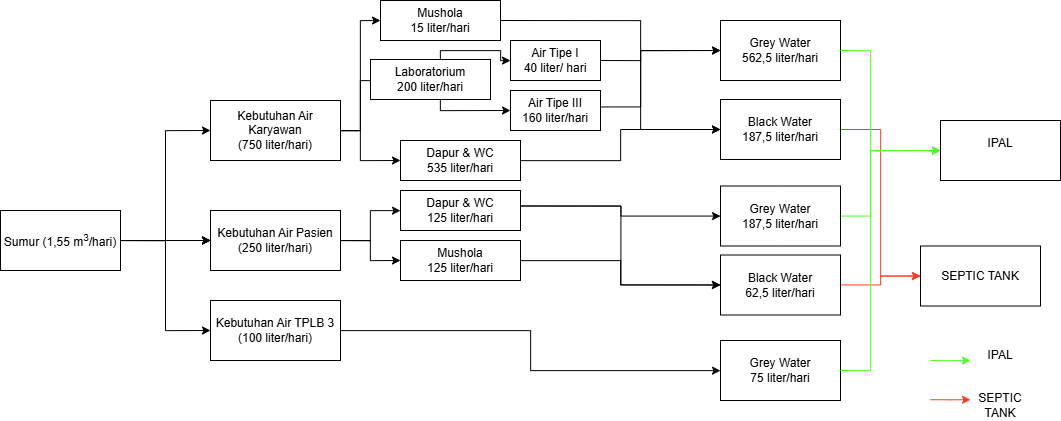
The draw.io diagram Neraca Air Klinik Surya Medika.drawio.png in famowoiii/envimos_sensot, before a commit. Source tidied: cells renumbered, new cells last; positions are measured from the earlier drawing's top-left corner, leaving out a move shared by most shapes.
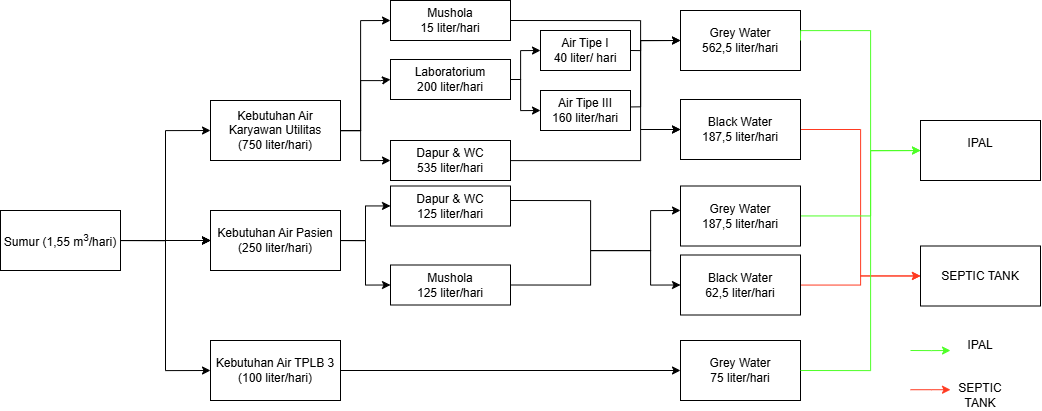
Above is the later version.

Change to the diagram source:
```diff
@@ -45,14 +45,14 @@
         </Array>
       </mxGeometry>
     </mxCell>
-    <mxCell id="11" value="Kebutuhan Air Karyawan&lt;div&gt;(750 liter/hari)&lt;/div&gt;" style="rounded=0;whiteSpace=wrap;html=1;fontFamily=Arial;labelBorderColor=none;labelBackgroundColor=none;" parent="1" vertex="1">
+    <mxCell id="11" value="Kebutuhan Air Karyawan Utilitas&lt;div&gt;(750 liter/hari)&lt;/div&gt;" style="rounded=0;whiteSpace=wrap;html=1;fontFamily=Arial;labelBorderColor=none;labelBackgroundColor=none;" parent="1" vertex="1">
       <mxGeometry x="210" y="100" width="130" height="60" as="geometry" />
     </mxCell>
     <mxCell id="12" style="edgeStyle=orthogonalEdgeStyle;rounded=0;jettySize=auto;html=1;fontFamily=Arial;labelBorderColor=none;labelBackgroundColor=none;" parent="1" edge="1" source="13" target="27">
       <mxGeometry relative="1" as="geometry" />
     </mxCell>
     <mxCell id="13" value="Kebutuhan Air TPLB 3&lt;div&gt;(100 liter/hari)&lt;/div&gt;" style="whiteSpace=wrap;html=1;rounded=0;fontFamily=Arial;labelBorderColor=none;labelBackgroundColor=none;" parent="1" vertex="1">
-      <mxGeometry x="210" y="300" width="130" height="60" as="geometry" />
+      <mxGeometry x="210" y="340" width="130" height="60" as="geometry" />
     </mxCell>
     <mxCell id="14" style="edgeStyle=orthogonalEdgeStyle;rounded=0;jettySize=auto;html=1;fontFamily=Arial;labelBorderColor=none;labelBackgroundColor=none;" parent="1" edge="1" source="7" target="16">
       <mxGeometry relative="1" as="geometry" />
@@ -64,56 +64,68 @@
       <mxGeometry x="210" y="210" width="130" height="60" as="geometry" />
     </mxCell>
     <mxCell id="17" value="Mushola&lt;div&gt;15 liter/hari&lt;/div&gt;" style="whiteSpace=wrap;html=1;rounded=0;fontFamily=Arial;labelBorderColor=none;labelBackgroundColor=none;" parent="1" vertex="1">
-      <mxGeometry x="380" width="120" height="40" as="geometry" />
+      <mxGeometry x="390" width="120" height="40" as="geometry" />
     </mxCell>
-    <mxCell id="18" style="edgeStyle=orthogonalEdgeStyle;rounded=0;jettySize=auto;html=1;entryX=0;entryY=0.5;entryDx=0;entryDy=0;exitX=0.5;exitY=1;exitDx=0;exitDy=0;" parent="1" edge="1" source="20" target="47">
+    <mxCell id="18" style="edgeStyle=orthogonalEdgeStyle;rounded=0;jettySize=auto;html=1;entryX=0;entryY=0.5;entryDx=0;entryDy=0;exitX=1;exitY=0.5;exitDx=0;exitDy=0;" parent="1" edge="1" source="20" target="47">
       <mxGeometry relative="1" as="geometry">
         <Array as="points">
-          <mxPoint x="440" y="110" />
+          <mxPoint x="520" y="79" />
+          <mxPoint x="520" y="110" />
         </Array>
       </mxGeometry>
     </mxCell>
-    <mxCell id="19" style="edgeStyle=orthogonalEdgeStyle;rounded=0;jettySize=auto;html=1;entryX=0;entryY=0.5;entryDx=0;entryDy=0;exitX=0.5;exitY=0;exitDx=0;exitDy=0;" parent="1" edge="1" source="20" target="46">
+    <mxCell id="19" style="edgeStyle=orthogonalEdgeStyle;rounded=0;jettySize=auto;html=1;entryX=0;entryY=0.5;entryDx=0;entryDy=0;exitX=1;exitY=0.5;exitDx=0;exitDy=0;" parent="1" edge="1" source="20" target="46">
       <mxGeometry relative="1" as="geometry">
         <Array as="points">
-          <mxPoint x="440" y="50" />
-          <mxPoint x="500" y="50" />
-          <mxPoint x="500" y="60" />
+          <mxPoint x="520" y="79" />
+          <mxPoint x="520" y="50" />
         </Array>
       </mxGeometry>
     </mxCell>
     <mxCell id="20" value="Laboratorium&lt;div&gt;200 liter/hari&lt;/div&gt;" style="whiteSpace=wrap;html=1;rounded=0;fontFamily=Arial;labelBorderColor=none;labelBackgroundColor=none;" parent="1" vertex="1">
-      <mxGeometry x="370" y="59" width="120" height="40" as="geometry" />
+      <mxGeometry x="390" y="59" width="120" height="40" as="geometry" />
     </mxCell>
     <mxCell id="21" style="edgeStyle=orthogonalEdgeStyle;rounded=0;jettySize=auto;html=1;fontFamily=Arial;labelBorderColor=none;labelBackgroundColor=none;" parent="1" edge="1" source="22" target="30">
-      <mxGeometry relative="1" as="geometry" />
+      <mxGeometry relative="1" as="geometry">
+        <Array as="points">
+          <mxPoint x="640" y="160" />
+          <mxPoint x="640" y="129" />
+        </Array>
+      </mxGeometry>
     </mxCell>
     <mxCell id="22" value="Dapur &amp;amp; WC&lt;div&gt;535 liter/hari&lt;/div&gt;" style="whiteSpace=wrap;html=1;rounded=0;fontFamily=Arial;labelBorderColor=none;labelBackgroundColor=none;" parent="1" vertex="1">
-      <mxGeometry x="400" y="140" width="120" height="40" as="geometry" />
+      <mxGeometry x="390" y="140" width="120" height="40" as="geometry" />
     </mxCell>
     <mxCell id="23" value="Dapur &amp;amp; WC&lt;div&gt;125 liter/hari&lt;/div&gt;" style="whiteSpace=wrap;html=1;rounded=0;fontFamily=Arial;labelBorderColor=none;labelBackgroundColor=none;" parent="1" vertex="1">
-      <mxGeometry x="400" y="190" width="120" height="40" as="geometry" />
+      <mxGeometry x="390" y="185.5" width="120" height="40" as="geometry" />
     </mxCell>
-    <mxCell id="24" style="edgeStyle=orthogonalEdgeStyle;rounded=0;jettySize=auto;html=1;fontFamily=Arial;labelBorderColor=none;labelBackgroundColor=none;" parent="1" edge="1" source="25" target="36">
-      <mxGeometry relative="1" as="geometry" />
+    <mxCell id="24" style="edgeStyle=orthogonalEdgeStyle;rounded=0;jettySize=auto;html=1;fontFamily=Arial;labelBorderColor=none;labelBackgroundColor=none;exitX=1;exitY=0.5;exitDx=0;exitDy=0;entryX=0;entryY=0.5;entryDx=0;entryDy=0;" parent="1" edge="1" source="25" target="36">
+      <mxGeometry relative="1" as="geometry">
+        <Array as="points">
+          <mxPoint x="590" y="285" />
+          <mxPoint x="590" y="250" />
+          <mxPoint x="650" y="250" />
+          <mxPoint x="650" y="285" />
+        </Array>
+      </mxGeometry>
     </mxCell>
     <mxCell id="25" value="Mushola&lt;div&gt;125 liter/hari&lt;/div&gt;" style="whiteSpace=wrap;html=1;rounded=0;fontFamily=Arial;labelBorderColor=none;labelBackgroundColor=none;" parent="1" vertex="1">
-      <mxGeometry x="400" y="240" width="120" height="40" as="geometry" />
+      <mxGeometry x="390" y="264.5" width="120" height="40" as="geometry" />
     </mxCell>
     <mxCell id="26" style="edgeStyle=orthogonalEdgeStyle;rounded=0;jettySize=auto;html=1;entryX=0;entryY=0.5;entryDx=0;entryDy=0;exitX=1;exitY=0.5;exitDx=0;exitDy=0;fontFamily=Arial;labelBorderColor=none;labelBackgroundColor=none;" parent="1" edge="1" source="16" target="25">
       <mxGeometry relative="1" as="geometry" />
     </mxCell>
     <mxCell id="27" value="Grey Water&lt;div&gt;75 liter/hari&lt;/div&gt;" style="whiteSpace=wrap;html=1;rounded=0;fontFamily=Arial;labelBorderColor=none;labelBackgroundColor=none;" parent="1" vertex="1">
-      <mxGeometry x="720" y="340" width="120" height="60" as="geometry" />
+      <mxGeometry x="680" y="340" width="120" height="60" as="geometry" />
     </mxCell>
     <mxCell id="28" value="Grey Water&lt;div&gt;562,5 liter/hari&lt;/div&gt;" style="whiteSpace=wrap;html=1;rounded=0;fontFamily=Arial;labelBorderColor=none;labelBackgroundColor=none;" parent="1" vertex="1">
-      <mxGeometry x="720" y="20" width="120" height="60" as="geometry" />
+      <mxGeometry x="680" y="10" width="120" height="60" as="geometry" />
     </mxCell>
     <mxCell id="29" style="edgeStyle=orthogonalEdgeStyle;rounded=0;jettySize=auto;html=1;entryX=0;entryY=0.5;entryDx=0;entryDy=0;strokeColor=#FF3A21;fontFamily=Arial;labelBorderColor=none;labelBackgroundColor=none;" parent="1" edge="1" source="30" target="39">
       <mxGeometry relative="1" as="geometry" />
     </mxCell>
     <mxCell id="30" value="Black Water&lt;div&gt;187,5 liter/hari&lt;/div&gt;" style="whiteSpace=wrap;html=1;rounded=0;fontFamily=Arial;labelBorderColor=none;labelBackgroundColor=none;" parent="1" vertex="1">
-      <mxGeometry x="720" y="99" width="120" height="60" as="geometry" />
+      <mxGeometry x="680" y="99" width="120" height="60" as="geometry" />
     </mxCell>
     <mxCell id="31" style="edgeStyle=orthogonalEdgeStyle;rounded=0;jettySize=auto;html=1;exitX=1;exitY=0.5;exitDx=0;exitDy=0;entryX=0;entryY=0.5;entryDx=0;entryDy=0;fontFamily=Arial;labelBorderColor=none;labelBackgroundColor=none;" parent="1" edge="1" source="17" target="30">
       <mxGeometry relative="1" as="geometry">
@@ -123,9 +135,15 @@
         </Array>
       </mxGeometry>
     </mxCell>
-    <mxCell id="32" style="edgeStyle=orthogonalEdgeStyle;rounded=0;jettySize=auto;html=1;fontFamily=Arial;labelBorderColor=none;labelBackgroundColor=none;" parent="1" edge="1" target="34">
+    <mxCell id="32" style="edgeStyle=orthogonalEdgeStyle;rounded=0;jettySize=auto;html=1;fontFamily=Arial;labelBorderColor=none;labelBackgroundColor=none;entryX=0;entryY=0.408;entryDx=0;entryDy=0;entryPerimeter=0;" parent="1" edge="1" target="34">
       <mxGeometry relative="1" as="geometry">
-        <mxPoint x="520" y="205.5" as="sourcePoint" />
+        <mxPoint x="510" y="200" as="sourcePoint" />
+        <Array as="points">
+          <mxPoint x="590" y="200" />
+          <mxPoint x="590" y="250" />
+          <mxPoint x="650" y="250" />
+          <mxPoint x="650" y="210" />
+        </Array>
       </mxGeometry>
     </mxCell>
     <mxCell id="33" style="edgeStyle=orthogonalEdgeStyle;rounded=0;jettySize=auto;html=1;entryX=0;entryY=0.5;entryDx=0;entryDy=0;strokeColor=#4EFF27;fontFamily=Arial;labelBorderColor=none;labelBackgroundColor=none;" parent="1" edge="1" source="34" target="38">
@@ -138,21 +156,16 @@
       </mxGeometry>
     </mxCell>
     <mxCell id="34" value="Grey Water&lt;div&gt;187,5 liter/hari&lt;/div&gt;" style="whiteSpace=wrap;html=1;rounded=0;fontFamily=Arial;labelBorderColor=none;labelBackgroundColor=none;" parent="1" vertex="1">
-      <mxGeometry x="720" y="185.5" width="120" height="60" as="geometry" />
+      <mxGeometry x="680" y="185.5" width="120" height="60" as="geometry" />
     </mxCell>
     <mxCell id="35" style="edgeStyle=orthogonalEdgeStyle;rounded=0;jettySize=auto;html=1;strokeColor=#FF3A21;fontFamily=Arial;labelBorderColor=none;labelBackgroundColor=none;" parent="1" edge="1" source="36" target="39">
       <mxGeometry relative="1" as="geometry" />
     </mxCell>
     <mxCell id="36" value="Black Wate&lt;span style=&quot;color: light-dark(rgb(0, 0, 0), rgb(255, 255, 255));&quot;&gt;r&lt;/span&gt;&lt;div&gt;&lt;span style=&quot;color: light-dark(rgb(0, 0, 0), rgb(255, 255, 255));&quot;&gt;62,5 liter/hari&lt;/span&gt;&lt;/div&gt;" style="whiteSpace=wrap;html=1;rounded=0;fontFamily=Arial;labelBorderColor=none;labelBackgroundColor=none;" parent="1" vertex="1">
-      <mxGeometry x="720" y="254.5" width="120" height="60" as="geometry" />
+      <mxGeometry x="680" y="254.5" width="120" height="60" as="geometry" />
     </mxCell>
-    <mxCell id="37" style="edgeStyle=orthogonalEdgeStyle;rounded=0;jettySize=auto;html=1;exitX=1;exitY=0.5;exitDx=0;exitDy=0;entryX=0;entryY=0.5;entryDx=0;entryDy=0;fontFamily=Arial;labelBorderColor=none;labelBackgroundColor=none;" parent="1" edge="1" target="36">
-      <mxGeometry relative="1" as="geometry">
-        <mxPoint x="520" y="205.5" as="sourcePoint" />
-      </mxGeometry>
-    </mxCell>
     <mxCell id="38" value="IPAL&lt;div&gt;&lt;br&gt;&lt;/div&gt;" style="whiteSpace=wrap;html=1;rounded=0;fontFamily=Arial;labelBorderColor=none;labelBackgroundColor=none;" parent="1" vertex="1">
-      <mxGeometry x="940" y="120" width="120" height="60" as="geometry" />
+      <mxGeometry x="920" y="120" width="120" height="60" as="geometry" />
     </mxCell>
     <mxCell id="39" value="SEPTIC TANK" style="whiteSpace=wrap;html=1;rounded=0;fontFamily=Arial;labelBorderColor=none;labelBackgroundColor=none;" parent="1" vertex="1">
       <mxGeometry x="920" y="245.5" width="120" height="60" as="geometry" />
@@ -168,41 +181,40 @@
     <mxCell id="41" style="edgeStyle=orthogonalEdgeStyle;rounded=0;jettySize=auto;html=1;exitX=1;exitY=0.5;exitDx=0;exitDy=0;entryX=0;entryY=0.5;entryDx=0;entryDy=0;strokeColor=#4EFF27;fontFamily=Arial;labelBorderColor=none;labelBackgroundColor=none;" parent="1" edge="1" source="28" target="38">
       <mxGeometry relative="1" as="geometry">
         <Array as="points">
-          <mxPoint x="870" y="50" />
+          <mxPoint x="870" y="30" />
           <mxPoint x="870" y="150" />
         </Array>
       </mxGeometry>
     </mxCell>
     <mxCell id="42" style="edgeStyle=orthogonalEdgeStyle;rounded=0;orthogonalLoop=1;jettySize=auto;html=1;strokeColor=#4EFF27;fontFamily=Arial;labelBorderColor=none;labelBackgroundColor=none;" parent="1" edge="1">
       <mxGeometry relative="1" as="geometry">
-        <mxPoint x="930" y="360" as="sourcePoint" />
-        <mxPoint x="970" y="360" as="targetPoint" />
+        <mxPoint x="910" y="350" as="sourcePoint" />
+        <mxPoint x="950" y="350" as="targetPoint" />
       </mxGeometry>
     </mxCell>
     <mxCell id="43" style="edgeStyle=orthogonalEdgeStyle;rounded=0;orthogonalLoop=1;jettySize=auto;html=1;strokeColor=#FF3A21;fontFamily=Arial;labelBorderColor=none;labelBackgroundColor=none;" parent="1" edge="1">
       <mxGeometry relative="1" as="geometry">
-        <mxPoint x="930" y="399.2" as="sourcePoint" />
-        <mxPoint x="970" y="399.2" as="targetPoint" />
+        <mxPoint x="910" y="389.2" as="sourcePoint" />
+        <mxPoint x="950" y="389.2" as="targetPoint" />
       </mxGeometry>
     </mxCell>
     <mxCell id="44" value="IPAL" style="text;html=1;whiteSpace=wrap;strokeColor=none;fillColor=none;align=center;verticalAlign=middle;rounded=0;fontFamily=Arial;labelBorderColor=none;labelBackgroundColor=none;" parent="1" vertex="1">
-      <mxGeometry x="970" y="340" width="60" height="30" as="geometry" />
+      <mxGeometry x="950" y="330" width="60" height="30" as="geometry" />
     </mxCell>
     <mxCell id="45" value="SEPTIC TANK" style="text;html=1;whiteSpace=wrap;strokeColor=none;fillColor=none;align=center;verticalAlign=middle;rounded=0;fontFamily=Arial;labelBorderColor=none;labelBackgroundColor=none;" parent="1" vertex="1">
-      <mxGeometry x="970" y="390" width="60" height="30" as="geometry" />
+      <mxGeometry x="950" y="380" width="60" height="30" as="geometry" />
     </mxCell>
     <mxCell id="46" value="&lt;div&gt;Air Tipe I&lt;/div&gt;&lt;div&gt;40 liter/ hari&lt;/div&gt;" style="whiteSpace=wrap;html=1;rounded=0;fontFamily=Arial;labelBorderColor=none;labelBackgroundColor=none;" parent="1" vertex="1">
-      <mxGeometry x="510" y="40" width="90" height="40" as="geometry" />
+      <mxGeometry x="540" y="30" width="90" height="40" as="geometry" />
     </mxCell>
     <mxCell id="47" value="Air Tipe III&lt;div&gt;160 liter/hari&lt;/div&gt;" style="whiteSpace=wrap;html=1;rounded=0;fontFamily=Arial;labelBorderColor=none;labelBackgroundColor=none;" parent="1" vertex="1">
-      <mxGeometry x="510" y="90" width="90" height="40" as="geometry" />
+      <mxGeometry x="540" y="90" width="90" height="40" as="geometry" />
     </mxCell>
-    <mxCell id="48" style="edgeStyle=orthogonalEdgeStyle;rounded=0;jettySize=auto;html=1;fontFamily=Arial;labelBorderColor=none;labelBackgroundColor=none;exitX=1;exitY=0.5;exitDx=0;exitDy=0;" parent="1" edge="1" source="46">
+    <mxCell id="48" style="edgeStyle=orthogonalEdgeStyle;rounded=0;jettySize=auto;html=1;fontFamily=Arial;labelBorderColor=none;labelBackgroundColor=none;exitX=1;exitY=0.5;exitDx=0;exitDy=0;entryX=0;entryY=0.5;entryDx=0;entryDy=0;" parent="1" edge="1" source="46" target="28">
       <mxGeometry relative="1" as="geometry">
-        <mxPoint x="720" y="50" as="targetPoint" />
         <Array as="points">
-          <mxPoint x="640" y="60" />
           <mxPoint x="640" y="50" />
+          <mxPoint x="640" y="40" />
         </Array>
       </mxGeometry>
     </mxCell>
@@ -210,7 +222,7 @@
       <mxGeometry relative="1" as="geometry">
         <Array as="points">
           <mxPoint x="640" y="106" />
-          <mxPoint x="640" y="50" />
+          <mxPoint x="640" y="40" />
         </Array>
       </mxGeometry>
     </mxCell>
```
